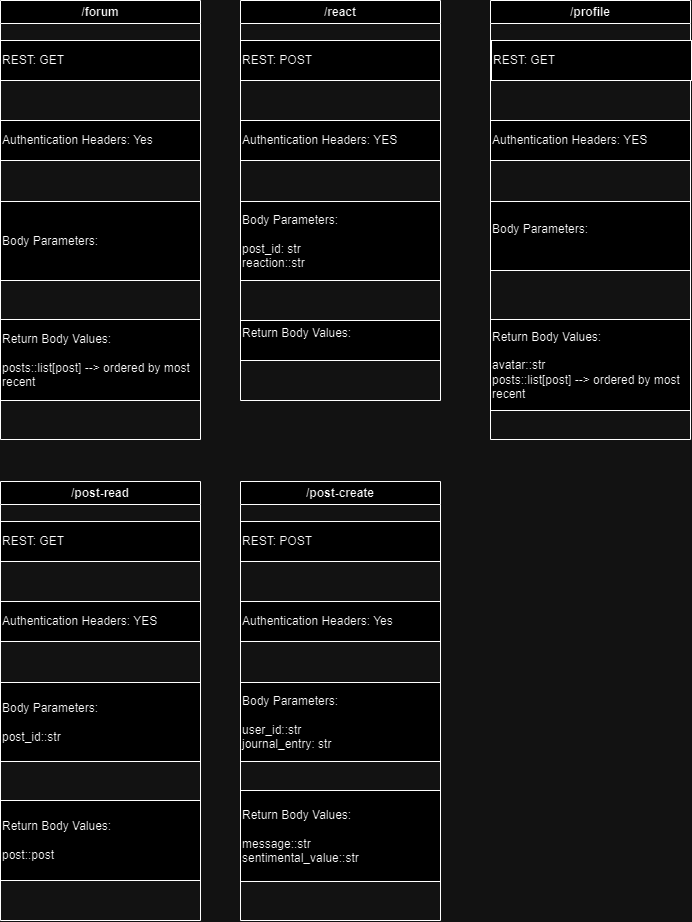
This is backend/assets/backend_APIs.drawio.png from terwo/yapyap, a draw.io export, as it was before one commit. Source tidied: cells renumbered, new cells last; positions are measured from the earlier drawing's top-left corner, leaving out a move shared by most shapes.
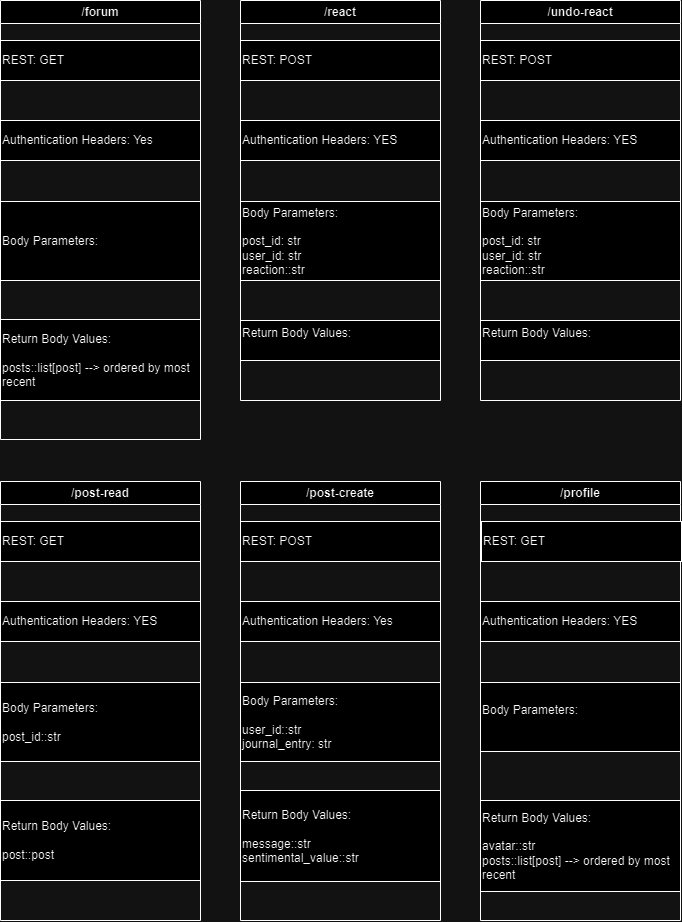
The same file after the commit.

What changed in the source:
```diff
@@ -33,7 +33,7 @@
       <mxGeometry y="309" width="200" height="91" as="geometry" />
     </mxCell>
     <mxCell id="12" value="/profile" style="swimlane;whiteSpace=wrap;html=1;" parent="1" vertex="1">
-      <mxGeometry x="490" width="200" height="439" as="geometry" />
+      <mxGeometry x="480" y="481" width="200" height="439" as="geometry" />
     </mxCell>
     <mxCell id="13" value="REST: GET" style="rounded=0;whiteSpace=wrap;html=1;align=left;" parent="12" vertex="1">
       <mxGeometry x="1" y="40" width="200" height="40" as="geometry" />
@@ -56,7 +56,7 @@
     <mxCell id="19" value="Authentication Headers: YES" style="rounded=0;whiteSpace=wrap;html=1;align=left;" parent="17" vertex="1">
       <mxGeometry y="120" width="200" height="40" as="geometry" />
     </mxCell>
-    <mxCell id="20" value="Body Parameters:&lt;br&gt;&lt;br&gt;post_id: str&lt;br&gt;reaction::str" style="rounded=0;whiteSpace=wrap;html=1;align=left;" parent="17" vertex="1">
+    <mxCell id="20" value="Body Parameters:&lt;br&gt;&lt;br&gt;post_id: str&lt;br&gt;user_id: str&lt;br&gt;reaction::str" style="rounded=0;whiteSpace=wrap;html=1;align=left;" parent="17" vertex="1">
       <mxGeometry y="201" width="200" height="79" as="geometry" />
     </mxCell>
     <mxCell id="21" value="Return Body Values:&lt;br&gt;&lt;br&gt;" style="rounded=0;whiteSpace=wrap;html=1;align=left;" parent="17" vertex="1">
@@ -77,5 +77,20 @@
     <mxCell id="26" value="Return Body Values:&lt;br&gt;&lt;br&gt;post::post" style="rounded=0;whiteSpace=wrap;html=1;align=left;" parent="22" vertex="1">
       <mxGeometry y="319" width="200" height="80" as="geometry" />
     </mxCell>
+    <mxCell id="27" value="/undo-react" style="swimlane;whiteSpace=wrap;html=1;" parent="1" vertex="1">
+      <mxGeometry x="480" width="200" height="400" as="geometry" />
+    </mxCell>
+    <mxCell id="28" value="REST: POST" style="rounded=0;whiteSpace=wrap;html=1;align=left;" parent="27" vertex="1">
+      <mxGeometry y="40" width="200" height="40" as="geometry" />
+    </mxCell>
+    <mxCell id="29" value="Authentication Headers: YES" style="rounded=0;whiteSpace=wrap;html=1;align=left;" parent="27" vertex="1">
+      <mxGeometry y="120" width="200" height="40" as="geometry" />
+    </mxCell>
+    <mxCell id="30" value="Body Parameters:&lt;br&gt;&lt;br&gt;post_id: str&lt;br&gt;user_id: str&lt;br&gt;reaction::str" style="rounded=0;whiteSpace=wrap;html=1;align=left;" parent="27" vertex="1">
+      <mxGeometry y="201" width="200" height="79" as="geometry" />
+    </mxCell>
+    <mxCell id="31" value="Return Body Values:&lt;br&gt;&lt;br&gt;" style="rounded=0;whiteSpace=wrap;html=1;align=left;" parent="27" vertex="1">
+      <mxGeometry y="320" width="200" height="40" as="geometry" />
+    </mxCell>
   </root>
 </mxGraphModel>
```
